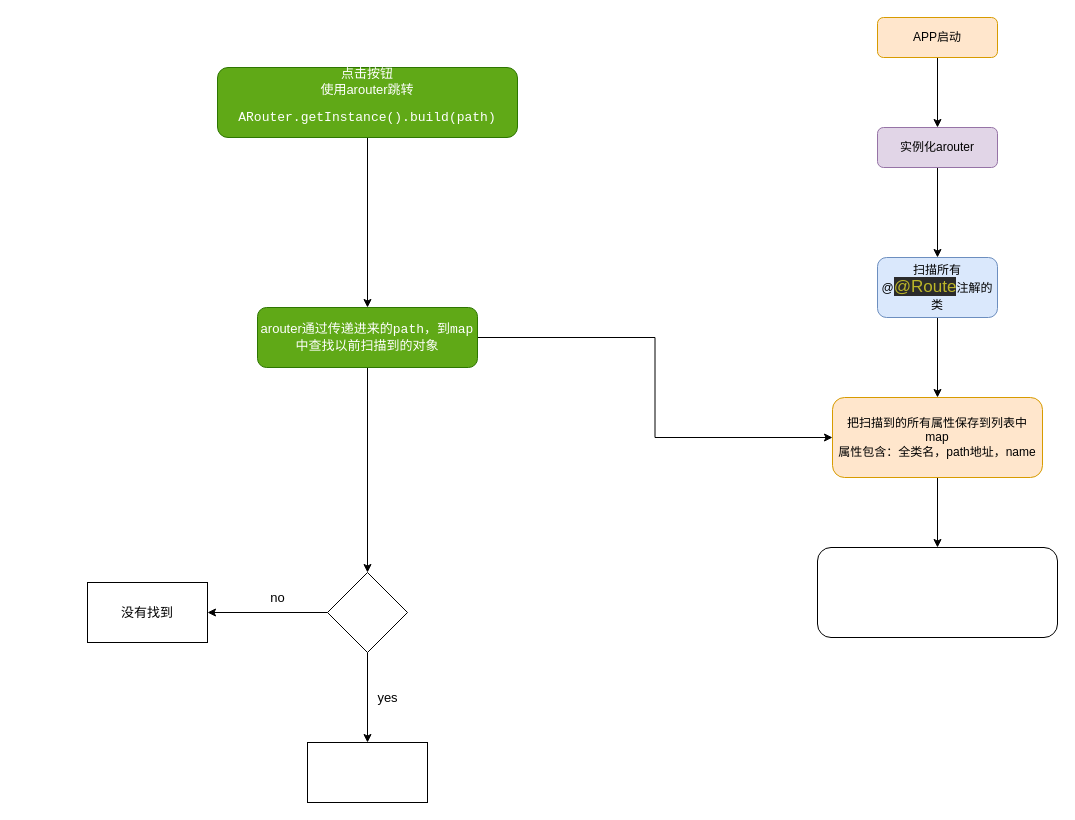
Earlier version of the draw.io diagram 未命名绘图.drawio (lexluthors/untitled1). Source tidied: cells renumbered, new cells numbered last; positions are measured from the earlier drawing's top-left corner, leaving out a move shared by most shapes. Both pictures are drawn from the tidied source at 100%, with x=0, y=0 at pixel (87, 17).
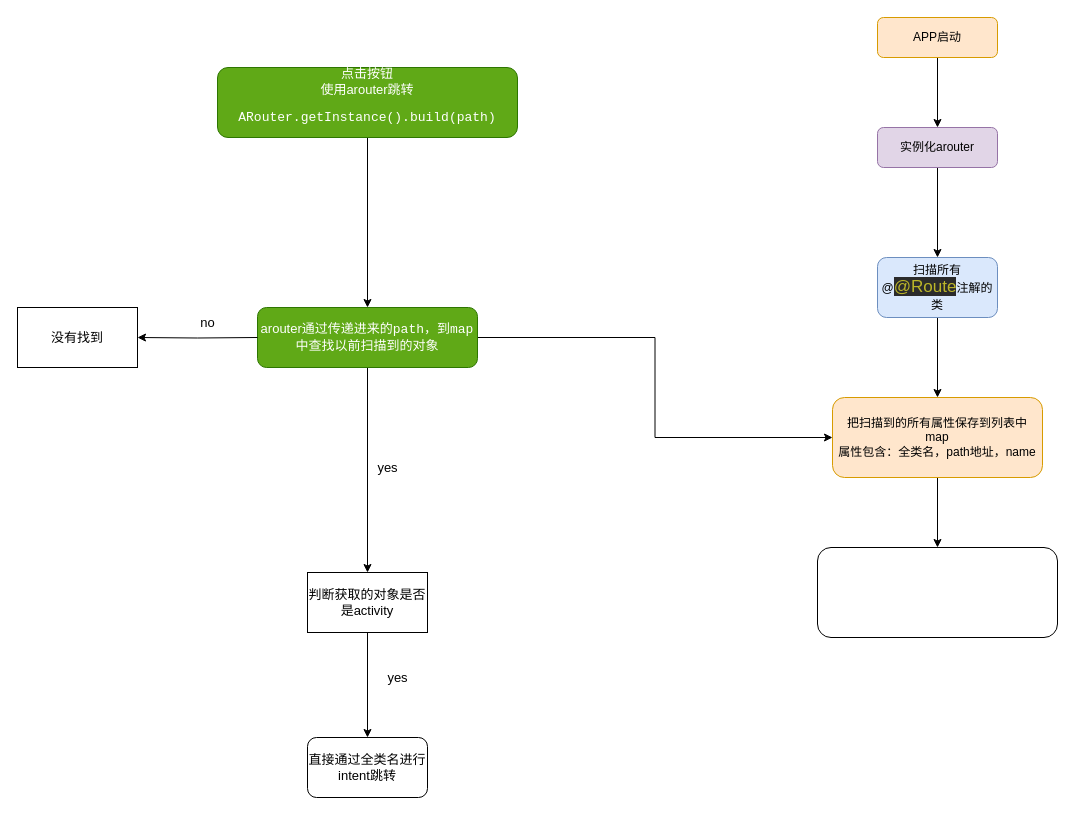
The same page after the edit.

Commit message:
更新未命名绘图.drawio

The change refers to these unchanged cells:
```xml
<mxCell id="15" value="arouter通过传递进来的&lt;span style=&quot;font-family: &amp;#34;jetbrains mono&amp;#34; , monospace&quot;&gt;path，到map中查找以前扫描到的对象&lt;/span&gt;" style="whiteSpace=wrap;html=1;fontSize=13;fillColor=#60a917;strokeColor=#2D7600;fontColor=#ffffff;rounded=1;" parent="1" vertex="1">
  <mxGeometry x="170" y="290" width="220" height="60" as="geometry" />
</mxCell>
```

The edit, as a diff of the source:
```diff
@@
-    <mxCell id="14" style="edgeStyle=orthogonalEdgeStyle;rounded=0;jettySize=auto;html=1;fontSize=13;fontColor=#000000;entryX=0.5;entryY=0;entryDx=0;entryDy=0;" parent="1" edge="1" source="15" target="18">
-      <mxGeometry relative="1" as="geometry" />
+    <mxCell id="14" style="edgeStyle=orthogonalEdgeStyle;rounded=0;jettySize=auto;html=1;fontSize=13;fontColor=#000000;entryX=0.5;entryY=0;entryDx=0;entryDy=0;" parent="1" edge="1" source="15">
+      <mxGeometry relative="1" as="geometry">
+        <mxPoint x="280" y="555" as="targetPoint" />
+      </mxGeometry>
     </mxCell>
@@
-    <mxCell id="16" style="edgeStyle=orthogonalEdgeStyle;rounded=0;jettySize=auto;html=1;fontSize=13;fontColor=#000000;" parent="1" edge="1" source="18" target="19">
-      <mxGeometry relative="1" as="geometry" />
-    </mxCell>
-    <mxCell id="17" style="edgeStyle=orthogonalEdgeStyle;rounded=0;jettySize=auto;html=1;fontSize=13;fontColor=#000000;" parent="1" edge="1" source="18" target="20">
-      <mxGeometry relative="1" as="geometry" />
+    <mxCell id="17" style="edgeStyle=orthogonalEdgeStyle;rounded=0;jettySize=auto;html=1;fontSize=13;fontColor=#000000;" parent="1" edge="1" target="20">
+      <mxGeometry relative="1" as="geometry">
+        <mxPoint x="170" y="320" as="sourcePoint" />
+      </mxGeometry>
     </mxCell>
-    <mxCell id="18" style="rhombus;whiteSpace=wrap;html=1;labelBackgroundColor=none;fontSize=13;fontColor=#000000;" parent="1" vertex="1">
-      <mxGeometry x="240" y="555" width="80" height="80" as="geometry" />
-    </mxCell>
+    <mxCell id="23" style="edgeStyle=orthogonalEdgeStyle;rounded=0;jettySize=auto;html=1;exitX=0.5;exitY=1;exitDx=0;exitDy=0;fontSize=13;fontColor=#000000;" parent="1" edge="1" source="19">
+      <mxGeometry relative="1" as="geometry">
+        <mxPoint x="280" y="720" as="targetPoint" />
+      </mxGeometry>
+    </mxCell>
-    <mxCell id="19" style="whiteSpace=wrap;html=1;fontSize=13;fontColor=#000000;labelBackgroundColor=none;" parent="1" vertex="1">
-      <mxGeometry x="220" y="725" width="120" height="60" as="geometry" />
+    <mxCell id="19" value="判断获取的对象是否是activity" style="whiteSpace=wrap;html=1;fontSize=13;fontColor=#000000;labelBackgroundColor=none;" parent="1" vertex="1">
+      <mxGeometry x="220" y="555" width="120" height="60" as="geometry" />
     </mxCell>
     <mxCell id="20" value="没有找到" style="whiteSpace=wrap;html=1;fontSize=13;fontColor=#000000;labelBackgroundColor=none;" parent="1" vertex="1">
-      <mxGeometry y="565" width="120" height="60" as="geometry" />
+      <mxGeometry x="-70" y="290" width="120" height="60" as="geometry" />
     </mxCell>
     <mxCell id="21" value="no" style="text;html=1;align=center;verticalAlign=middle;strokeColor=none;fillColor=none;fontSize=13;fontColor=#000000;" parent="1" vertex="1">
-      <mxGeometry x="175" y="570" width="30" height="20" as="geometry" />
+      <mxGeometry x="105" y="295" width="30" height="20" as="geometry" />
     </mxCell>
     <mxCell id="22" value="yes" style="text;html=1;align=center;verticalAlign=middle;strokeColor=none;fillColor=none;fontSize=13;fontColor=#000000;" parent="1" vertex="1">
-      <mxGeometry x="280" y="670" width="40" height="20" as="geometry" />
+      <mxGeometry x="280" y="440" width="40" height="20" as="geometry" />
     </mxCell>
+    <mxCell id="24" value="直接通过全类名进行intent跳转" style="rounded=1;whiteSpace=wrap;html=1;labelBackgroundColor=none;fontSize=13;fontColor=#000000;" parent="1" vertex="1">
+      <mxGeometry x="220" y="720" width="120" height="60" as="geometry" />
+    </mxCell>
+    <mxCell id="25" value="yes" style="text;html=1;align=center;verticalAlign=middle;strokeColor=none;fillColor=none;fontSize=13;fontColor=#000000;" parent="1" vertex="1">
+      <mxGeometry x="290" y="650" width="40" height="20" as="geometry" />
+    </mxCell>
```
